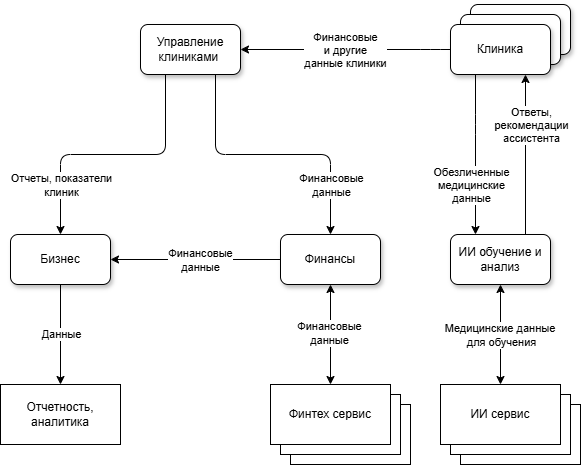
Earlier version of the draw.io export Task2/DataFlow.drawio.png (Alteracia/practicum_future_2_0). Source tidied: cells renumbered, new cells last; positions are measured from the earlier drawing's top-left corner, leaving out a move shared by most shapes. Its diagram source:
```xml
<mxGraphModel>
  <root>
    <mxCell id="0" />
    <mxCell id="1" parent="0" />
    <mxCell id="2" value="Финтех сервис" style="rounded=0;whiteSpace=wrap;html=1;" parent="1" vertex="1">
      <mxGeometry x="290" y="400" width="120" height="60" as="geometry" />
    </mxCell>
    <mxCell id="3" value="Финтех сервис" style="rounded=0;whiteSpace=wrap;html=1;" parent="1" vertex="1">
      <mxGeometry x="280" y="390" width="120" height="60" as="geometry" />
    </mxCell>
    <mxCell id="4" value="ИИ сервис" style="rounded=0;whiteSpace=wrap;html=1;" parent="1" vertex="1">
      <mxGeometry x="460" y="400" width="120" height="60" as="geometry" />
    </mxCell>
    <mxCell id="5" style="edgeStyle=orthogonalEdgeStyle;rounded=1;jettySize=auto;html=1;entryX=1;entryY=0.5;entryDx=0;entryDy=0;curved=0;exitX=0;exitY=0.5;exitDx=0;exitDy=0;" parent="1" edge="1" source="33" target="16">
      <mxGeometry relative="1" as="geometry">
        <Array as="points">
          <mxPoint x="430" y="45" />
          <mxPoint x="430" y="45" />
        </Array>
      </mxGeometry>
    </mxCell>
    <mxCell id="6" value="Финансовые&lt;br&gt;и другие &lt;br&gt;данные клиники" style="edgeLabel;html=1;align=center;verticalAlign=middle;" parent="5" vertex="1">
      <mxGeometry x="-0.1" y="3" relative="1" as="geometry">
        <mxPoint x="-11" y="-3" as="offset" />
      </mxGeometry>
    </mxCell>
    <mxCell id="7" style="edgeStyle=orthogonalEdgeStyle;rounded=1;jettySize=auto;html=1;exitX=0.25;exitY=1;exitDx=0;exitDy=0;entryX=0.25;entryY=0;entryDx=0;entryDy=0;curved=0;" parent="1" edge="1" source="33" target="19">
      <mxGeometry relative="1" as="geometry">
        <Array as="points">
          <mxPoint x="475" y="120" />
          <mxPoint x="475" y="120" />
        </Array>
      </mxGeometry>
    </mxCell>
    <mxCell id="8" value="Обезличенные &lt;br&gt;медицинские &lt;br&gt;данные" style="edgeLabel;html=1;align=center;verticalAlign=middle;" parent="7" vertex="1">
      <mxGeometry x="-0.06" y="-1" relative="1" as="geometry">
        <mxPoint x="-4" y="35" as="offset" />
      </mxGeometry>
    </mxCell>
    <mxCell id="9" style="edgeStyle=orthogonalEdgeStyle;rounded=0;jettySize=auto;html=1;" parent="1" edge="1" source="11" target="30">
      <mxGeometry relative="1" as="geometry" />
    </mxCell>
    <mxCell id="10" value="Данные" style="edgeLabel;html=1;align=center;verticalAlign=middle;" parent="9" vertex="1">
      <mxGeometry x="-0.23" y="1" relative="1" as="geometry">
        <mxPoint x="-1" y="11" as="offset" />
      </mxGeometry>
    </mxCell>
    <mxCell id="11" value="Бизнес" style="html=1;dashed=0;whiteSpace=wrap;rounded=1;glass=0;shadow=1;" parent="1" vertex="1">
      <mxGeometry x="10" y="230" width="100" height="50" as="geometry" />
    </mxCell>
    <mxCell id="12" style="edgeStyle=orthogonalEdgeStyle;rounded=1;jettySize=auto;html=1;entryX=0.5;entryY=0;entryDx=0;entryDy=0;exitX=0.25;exitY=1;exitDx=0;exitDy=0;curved=0;" parent="1" edge="1" source="16" target="11">
      <mxGeometry relative="1" as="geometry" />
    </mxCell>
    <mxCell id="13" value="Отчеты, показатели&lt;br&gt;клиник" style="edgeLabel;html=1;align=center;verticalAlign=middle;" parent="12" vertex="1">
      <mxGeometry x="0.52" y="1" relative="1" as="geometry">
        <mxPoint x="-1" y="14" as="offset" />
      </mxGeometry>
    </mxCell>
    <mxCell id="14" style="edgeStyle=orthogonalEdgeStyle;rounded=1;jettySize=auto;html=1;entryX=0.5;entryY=0;entryDx=0;entryDy=0;exitX=0.75;exitY=1;exitDx=0;exitDy=0;curved=0;" parent="1" edge="1" source="16" target="22">
      <mxGeometry relative="1" as="geometry" />
    </mxCell>
    <mxCell id="15" value="Финансовые&lt;br&gt;данные" style="edgeLabel;html=1;align=center;verticalAlign=middle;" parent="14" vertex="1">
      <mxGeometry x="-0.04" y="-1" relative="1" as="geometry">
        <mxPoint x="63" y="29" as="offset" />
      </mxGeometry>
    </mxCell>
    <mxCell id="16" value="Управление клиниками&amp;nbsp;" style="html=1;dashed=0;whiteSpace=wrap;rounded=1;shadow=1;" parent="1" vertex="1">
      <mxGeometry x="140" y="20" width="100" height="50" as="geometry" />
    </mxCell>
    <mxCell id="17" style="edgeStyle=orthogonalEdgeStyle;rounded=1;jettySize=auto;html=1;exitX=0.75;exitY=0;exitDx=0;exitDy=0;entryX=0.75;entryY=1;entryDx=0;entryDy=0;curved=0;" parent="1" edge="1" source="19" target="33">
      <mxGeometry relative="1" as="geometry" />
    </mxCell>
    <mxCell id="18" value="Ответы, &lt;br&gt;рекомендации&lt;br&gt;ассистента" style="edgeLabel;html=1;align=center;verticalAlign=middle;" parent="17" vertex="1">
      <mxGeometry x="-0.12" y="-3" relative="1" as="geometry">
        <mxPoint x="2" y="-39" as="offset" />
      </mxGeometry>
    </mxCell>
    <mxCell id="19" value="ИИ обучение и анализ" style="html=1;dashed=0;whiteSpace=wrap;rounded=1;glass=0;shadow=1;" parent="1" vertex="1">
      <mxGeometry x="450" y="230" width="100" height="50" as="geometry" />
    </mxCell>
    <mxCell id="20" style="edgeStyle=orthogonalEdgeStyle;rounded=0;jettySize=auto;html=1;entryX=1;entryY=0.5;entryDx=0;entryDy=0;exitX=0;exitY=0.5;exitDx=0;exitDy=0;" parent="1" edge="1" source="22" target="11">
      <mxGeometry relative="1" as="geometry" />
    </mxCell>
    <mxCell id="21" value="Финансовые&lt;br&gt;данные" style="edgeLabel;html=1;align=center;verticalAlign=middle;" parent="20" vertex="1">
      <mxGeometry x="-0.04" relative="1" as="geometry" />
    </mxCell>
    <mxCell id="22" value="Финансы" style="html=1;dashed=0;whiteSpace=wrap;rounded=1;shadow=1;" parent="1" vertex="1">
      <mxGeometry x="280" y="230" width="100" height="50" as="geometry" />
    </mxCell>
    <mxCell id="23" style="edgeStyle=orthogonalEdgeStyle;rounded=0;jettySize=auto;html=1;entryX=0.5;entryY=1;entryDx=0;entryDy=0;startArrow=classic;startFill=1;" parent="1" edge="1" source="25" target="22">
      <mxGeometry relative="1" as="geometry" />
    </mxCell>
    <mxCell id="24" value="Финансовые&lt;br&gt;данные" style="edgeLabel;html=1;align=center;verticalAlign=middle;" parent="23" vertex="1">
      <mxGeometry x="0.04" y="2" relative="1" as="geometry" />
    </mxCell>
    <mxCell id="25" value="Финтех сервис" style="rounded=0;whiteSpace=wrap;html=1;" parent="1" vertex="1">
      <mxGeometry x="270" y="380" width="120" height="60" as="geometry" />
    </mxCell>
    <mxCell id="26" style="edgeStyle=orthogonalEdgeStyle;rounded=0;jettySize=auto;html=1;startArrow=classic;startFill=1;" parent="1" edge="1" source="29" target="19">
      <mxGeometry relative="1" as="geometry" />
    </mxCell>
    <mxCell id="27" value="Медицинские данные&amp;nbsp;&lt;br&gt;для обучения" style="edgeLabel;html=1;align=center;verticalAlign=middle;" parent="26" vertex="1">
      <mxGeometry x="0.12" relative="1" as="geometry">
        <mxPoint y="6" as="offset" />
      </mxGeometry>
    </mxCell>
    <mxCell id="28" value="ИИ сервис" style="rounded=0;whiteSpace=wrap;html=1;" parent="1" vertex="1">
      <mxGeometry x="450" y="390" width="120" height="60" as="geometry" />
    </mxCell>
    <mxCell id="29" value="ИИ сервис" style="rounded=0;whiteSpace=wrap;html=1;" parent="1" vertex="1">
      <mxGeometry x="440" y="380" width="120" height="60" as="geometry" />
    </mxCell>
    <mxCell id="30" value="Отчетность, аналитика" style="rounded=0;whiteSpace=wrap;html=1;" parent="1" vertex="1">
      <mxGeometry y="380" width="120" height="60" as="geometry" />
    </mxCell>
    <mxCell id="31" value="Клиника" style="html=1;dashed=0;whiteSpace=wrap;rounded=1;shadow=1;" parent="1" vertex="1">
      <mxGeometry x="470" width="100" height="50" as="geometry" />
    </mxCell>
    <mxCell id="32" value="Клиника" style="html=1;dashed=0;whiteSpace=wrap;rounded=1;shadow=1;" parent="1" vertex="1">
      <mxGeometry x="460" y="10" width="100" height="50" as="geometry" />
    </mxCell>
    <mxCell id="33" value="Клиника" style="html=1;dashed=0;whiteSpace=wrap;rounded=1;shadow=1;" parent="1" vertex="1">
      <mxGeometry x="450" y="20" width="100" height="50" as="geometry" />
    </mxCell>
  </root>
</mxGraphModel>
```
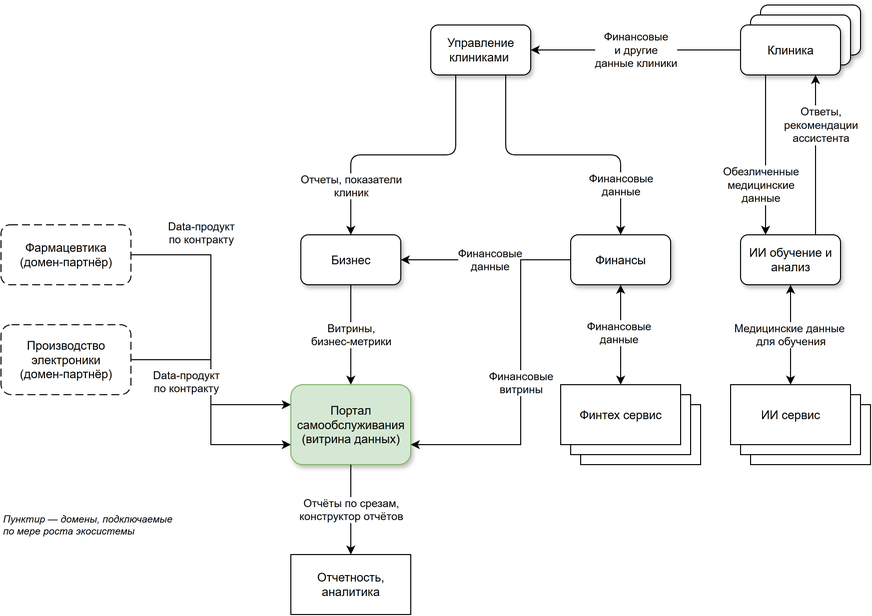
Later version of the same file.

The edit, as a diff of the source:
```diff
@@ -37,10 +37,10 @@
         <mxPoint x="-4" y="35" as="offset" />
       </mxGeometry>
     </mxCell>
-    <mxCell id="9" style="edgeStyle=orthogonalEdgeStyle;rounded=0;jettySize=auto;html=1;" parent="1" edge="1" source="11" target="30">
+    <mxCell id="9" style="edgeStyle=orthogonalEdgeStyle;rounded=0;jettySize=auto;html=1;" parent="1" edge="1" source="11" target="34">
       <mxGeometry relative="1" as="geometry" />
     </mxCell>
-    <mxCell id="10" value="Данные" style="edgeLabel;html=1;align=center;verticalAlign=middle;" parent="9" vertex="1">
+    <mxCell id="10" value="Витрины,&lt;br&gt;бизнес-метрики" style="edgeLabel;html=1;align=center;verticalAlign=middle;" parent="9" vertex="1">
       <mxGeometry x="-0.23" y="1" relative="1" as="geometry">
         <mxPoint x="-1" y="11" as="offset" />
       </mxGeometry>
@@ -111,7 +111,7 @@
       <mxGeometry x="440" y="380" width="120" height="60" as="geometry" />
     </mxCell>
     <mxCell id="30" value="Отчетность, аналитика" style="rounded=0;whiteSpace=wrap;html=1;" parent="1" vertex="1">
-      <mxGeometry y="380" width="120" height="60" as="geometry" />
+      <mxGeometry y="550" width="120" height="60" as="geometry" />
     </mxCell>
     <mxCell id="31" value="Клиника" style="html=1;dashed=0;whiteSpace=wrap;rounded=1;shadow=1;" parent="1" vertex="1">
       <mxGeometry x="470" width="100" height="50" as="geometry" />
@@ -122,5 +122,50 @@
     <mxCell id="33" value="Клиника" style="html=1;dashed=0;whiteSpace=wrap;rounded=1;shadow=1;" parent="1" vertex="1">
       <mxGeometry x="450" y="20" width="100" height="50" as="geometry" />
     </mxCell>
+    <mxCell id="34" value="Портал самообслуживания&lt;br&gt;(витрина данных)" style="html=1;dashed=0;whiteSpace=wrap;rounded=1;shadow=1;fillColor=#d5e8d4;strokeColor=#82b366;" parent="1" vertex="1">
+      <mxGeometry y="380" width="120" height="80" as="geometry" />
+    </mxCell>
+    <mxCell id="35" value="Фармацевтика&lt;br&gt;(домен-партнёр)" style="html=1;dashed=1;dashPattern=8 4;whiteSpace=wrap;rounded=1;shadow=0;" parent="1" vertex="1">
+      <mxGeometry x="-290" y="220" width="130" height="60" as="geometry" />
+    </mxCell>
+    <mxCell id="36" value="Производство&lt;br&gt;электроники&lt;br&gt;(домен-партнёр)" style="html=1;dashed=1;dashPattern=8 4;whiteSpace=wrap;rounded=1;shadow=0;" parent="1" vertex="1">
+      <mxGeometry x="-290" y="320" width="130" height="70" as="geometry" />
+    </mxCell>
+    <mxCell id="37" value="&lt;i&gt;Пунктир — домены, подключаемые&lt;br&gt;по мере роста экосистемы&lt;/i&gt;" style="text;html=1;align=left;verticalAlign=middle;whiteSpace=wrap;fontSize=10;" parent="1" vertex="1">
+      <mxGeometry x="-290" y="500" width="190" height="40" as="geometry" />
+    </mxCell>
+    <mxCell id="38" style="edgeStyle=orthogonalEdgeStyle;rounded=0;jettySize=auto;html=1;exitX=0.5;exitY=1;exitDx=0;exitDy=0;entryX=0.5;entryY=0;entryDx=0;entryDy=0;" parent="1" edge="1" source="34" target="30">
+      <mxGeometry relative="1" as="geometry" />
+    </mxCell>
+    <mxCell id="39" value="Отчёты по срезам,&lt;br&gt;конструктор отчётов" style="edgeLabel;html=1;align=center;verticalAlign=middle;" parent="38" vertex="1">
+      <mxGeometry relative="1" as="geometry" />
+    </mxCell>
+    <mxCell id="40" style="edgeStyle=orthogonalEdgeStyle;rounded=0;jettySize=auto;html=1;exitX=1;exitY=0.5;exitDx=0;exitDy=0;entryX=0;entryY=0.25;entryDx=0;entryDy=0;" parent="1" edge="1" source="35" target="34">
+      <mxGeometry relative="1" as="geometry" />
+    </mxCell>
+    <mxCell id="41" value="Data-продукт&lt;br&gt;по контракту" style="edgeLabel;html=1;align=center;verticalAlign=middle;" parent="40" vertex="1">
+      <mxGeometry x="-0.55" relative="1" as="geometry">
+        <mxPoint y="-22" as="offset" />
+      </mxGeometry>
+    </mxCell>
+    <mxCell id="42" style="edgeStyle=orthogonalEdgeStyle;rounded=0;jettySize=auto;html=1;exitX=1;exitY=0.5;exitDx=0;exitDy=0;entryX=0;entryY=0.75;entryDx=0;entryDy=0;" parent="1" edge="1" source="36" target="34">
+      <mxGeometry relative="1" as="geometry" />
+    </mxCell>
+    <mxCell id="43" value="Data-продукт&lt;br&gt;по контракту" style="edgeLabel;html=1;align=center;verticalAlign=middle;" parent="42" vertex="1">
+      <mxGeometry x="-0.55" relative="1" as="geometry">
+        <mxPoint y="22" as="offset" />
+      </mxGeometry>
+    </mxCell>
+    <mxCell id="44" style="edgeStyle=orthogonalEdgeStyle;rounded=0;jettySize=auto;html=1;exitX=0;exitY=0.5;exitDx=0;exitDy=0;entryX=1;entryY=0.75;entryDx=0;entryDy=0;" parent="1" edge="1" source="22" target="34">
+      <mxGeometry relative="1" as="geometry">
+        <Array as="points">
+          <mxPoint x="230" y="255" />
+          <mxPoint x="230" y="440" />
+        </Array>
+      </mxGeometry>
+    </mxCell>
+    <mxCell id="45" value="Финансовые&lt;br&gt;витрины" style="edgeLabel;html=1;align=center;verticalAlign=middle;" parent="44" vertex="1">
+      <mxGeometry relative="1" as="geometry" />
+    </mxCell>
   </root>
 </mxGraphModel>
```
